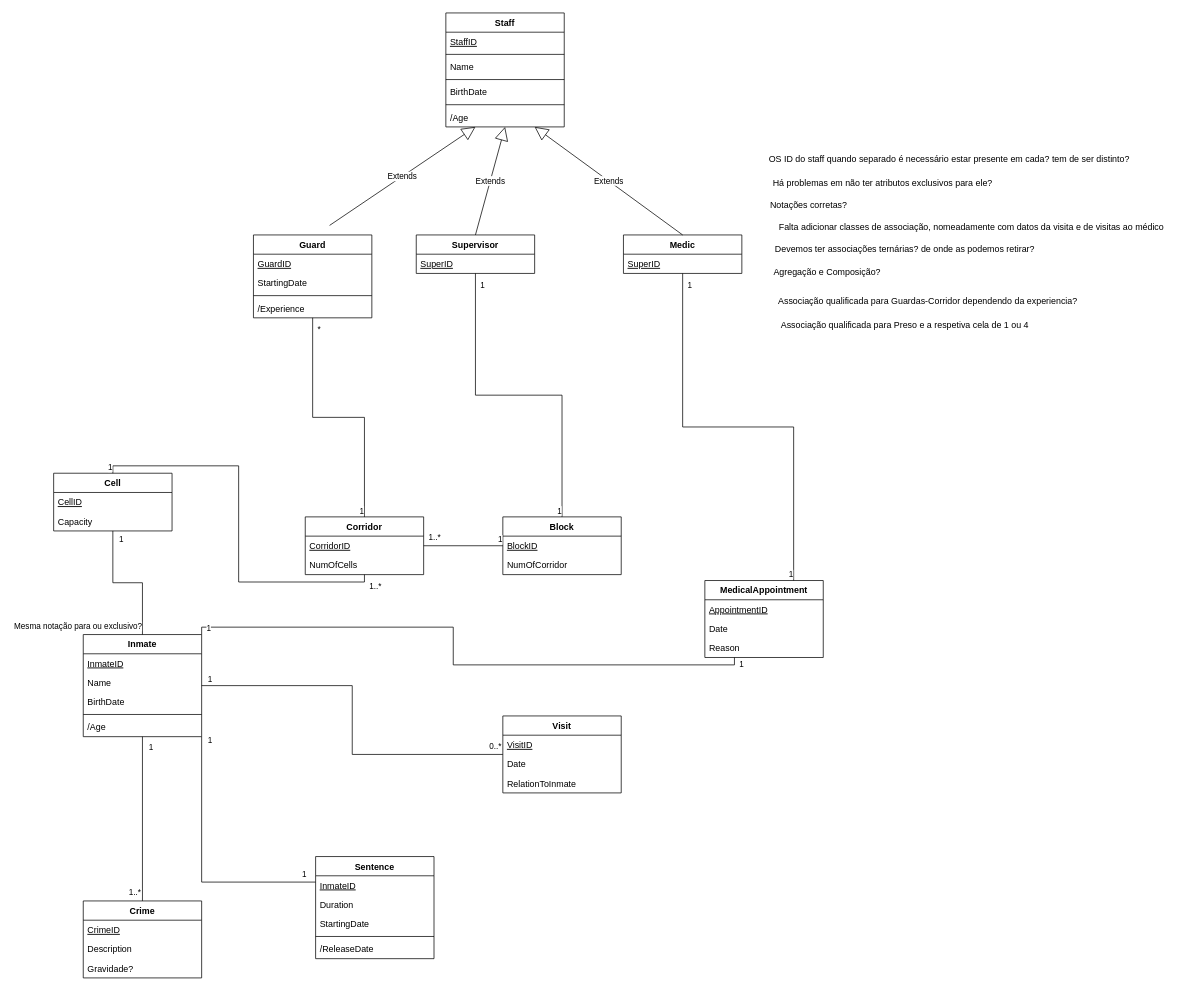
up201706117/BD_PrisonProject keeps this draw.io diagram as Untitled Diagram.drawio. Above is the earlier version. Source tidied: cells renumbered, new cells numbered last; positions are measured from the earlier drawing's top-left corner, leaving out a move shared by most shapes. Both pictures are drawn from the tidied source at 74%, with x=0, y=0 at pixel (53, 13).
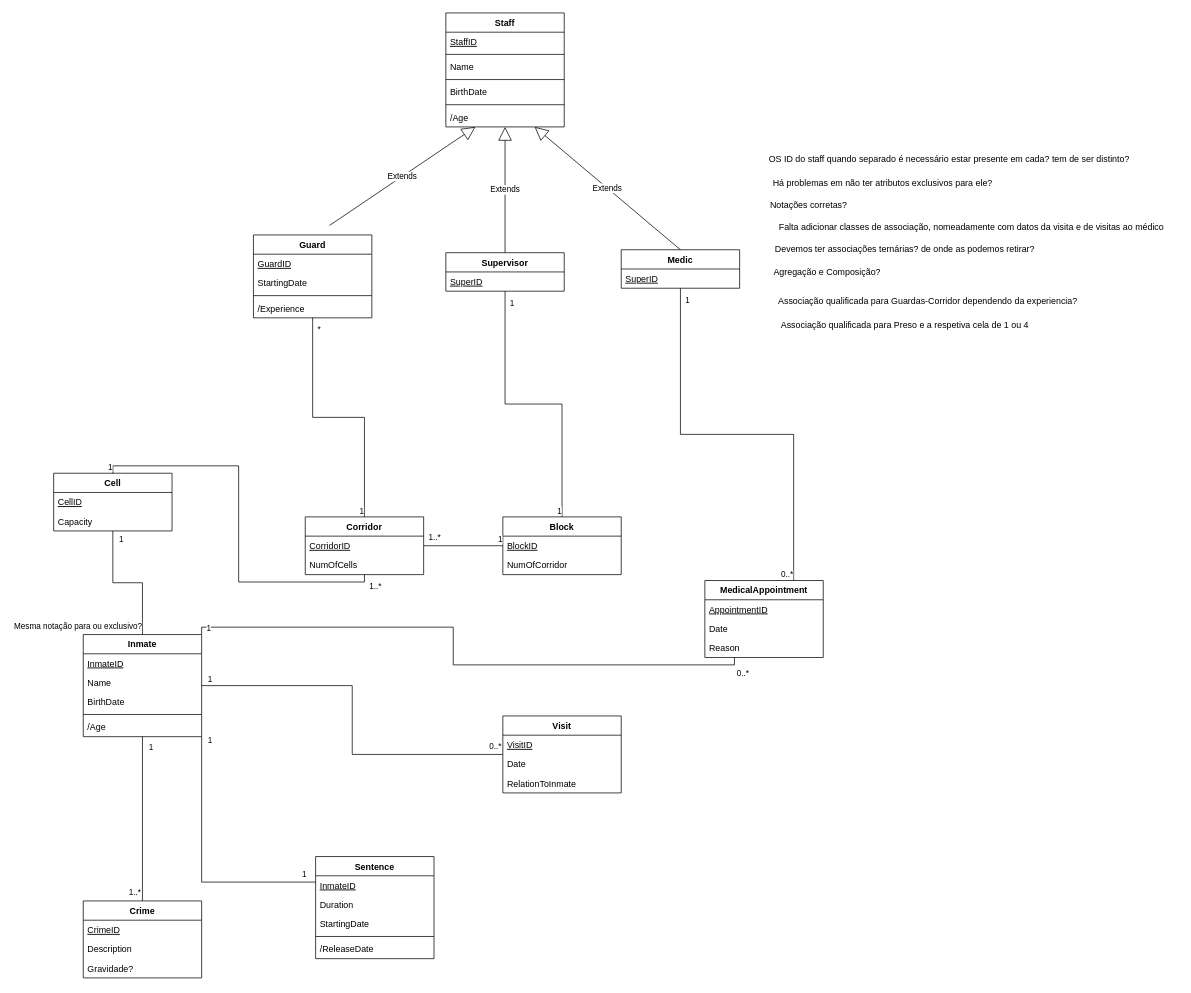
After the change.

Commit message:
Corrigi as associações

Unchanged cells that the change refers to:
```xml
<mxCell id="80" style="endArrow=none;html=1;edgeStyle=orthogonalEdgeStyle;rounded=0;strokeColor=#000000;exitX=0.5;exitY=1;exitDx=0;exitDy=0;entryX=0.75;entryY=0;entryDx=0;entryDy=0;" parent="1" edge="1" source="47" target="57">
  <mxGeometry relative="1" as="geometry" />
</mxCell>
<mxCell id="84" style="endArrow=none;html=1;edgeStyle=orthogonalEdgeStyle;rounded=0;strokeColor=#000000;exitX=1;exitY=0;exitDx=0;exitDy=0;entryX=0.25;entryY=1;entryDx=0;entryDy=0;" parent="1" edge="1" source="17" target="57">
  <mxGeometry relative="1" as="geometry" />
</mxCell>
```

Diff of the diagram source:
```diff
@@
     <mxCell id="23" value="Supervisor" style="swimlane;fontStyle=1;align=center;verticalAlign=top;horizontal=1;startSize=26;" parent="1" vertex="1">
-      <mxGeometry x="490" y="300" width="160" height="52" as="geometry" />
+      <mxGeometry x="530" y="324" width="160" height="52" as="geometry" />
     </mxCell>
@@
     <mxCell id="47" value="Medic" style="swimlane;fontStyle=1;align=center;verticalAlign=top;horizontal=1;startSize=26;" parent="1" vertex="1">
-      <mxGeometry x="770" y="300" width="160" height="52" as="geometry" />
+      <mxGeometry x="767" y="320" width="160" height="52" as="geometry" />
     </mxCell>
@@
-    <mxCell id="82" value="1" style="edgeLabel;html=1;align=right;verticalAlign=bottom;strokeColor=#000000;" parent="80" vertex="1">
+    <mxCell id="82" value="0..*" style="edgeLabel;html=1;align=right;verticalAlign=bottom;strokeColor=#000000;" parent="80" vertex="1">
       <mxGeometry x="1" relative="1" as="geometry" />
     </mxCell>
@@
-    <mxCell id="86" value="1" style="edgeLabel;html=1;align=right;verticalAlign=bottom;strokeColor=#000000;" parent="84" vertex="1">
+    <mxCell id="86" value="0..*" style="edgeLabel;html=1;align=right;verticalAlign=bottom;strokeColor=#000000;" parent="84" vertex="1">
       <mxGeometry x="1" relative="1" as="geometry">
-        <mxPoint x="13" y="18" as="offset" />
+        <mxPoint x="20" y="29" as="offset" />
       </mxGeometry>
     </mxCell>
```
